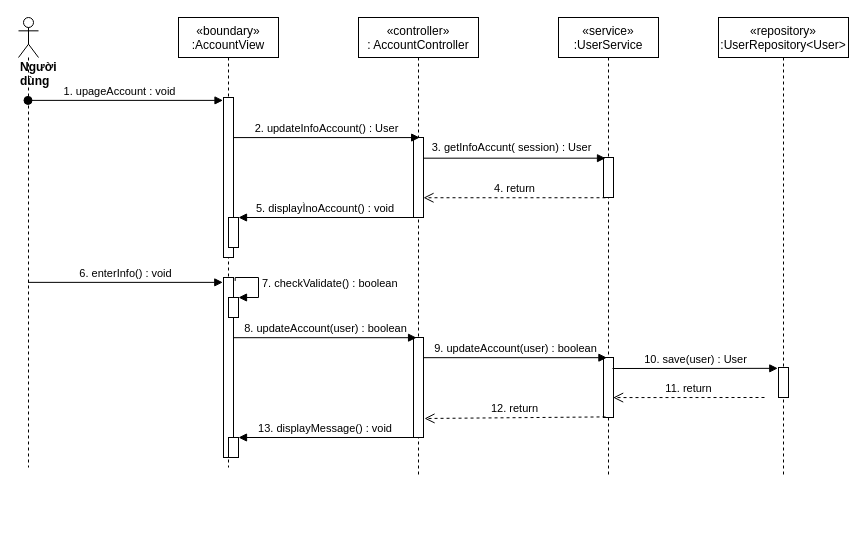
Above: sequence diagram/updateInfoAccount.drawio in nguyenphamvan/datn_20202 (draw.io), before the change. Source tidied: cells renumbered, new cells numbered last; positions are measured from the earlier drawing's top-left corner, leaving out a move shared by most shapes. Both pictures are drawn from the tidied source at 100%, with x=0, y=0 at pixel (18, 17).
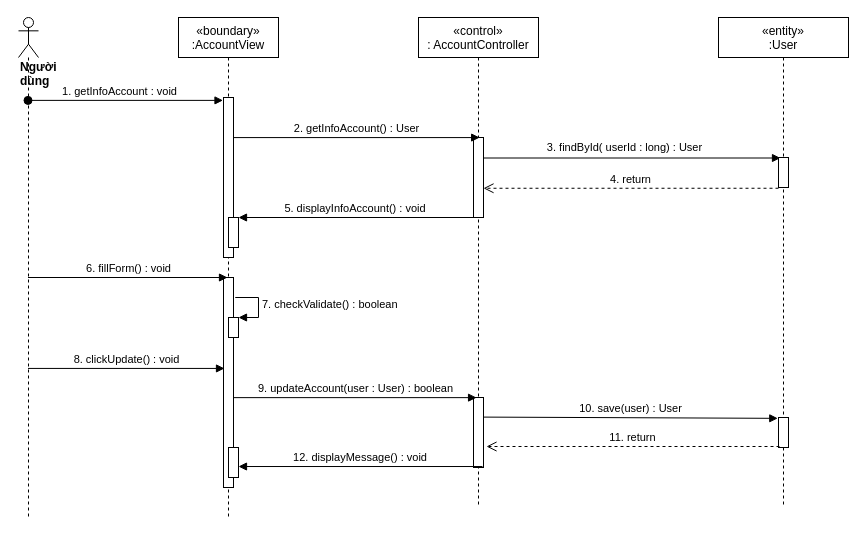
The same page after the edit.

The change refers to these unchanged cells:
```xml
<mxCell id="3" style="points=[];perimeter=orthogonalPerimeter;rounded=0;shadow=0;strokeWidth=1;" parent="2" vertex="1">
  <mxGeometry x="45" y="80" width="10" height="160" as="geometry" />
</mxCell>
<mxCell id="6" style="points=[];perimeter=orthogonalPerimeter;rounded=0;shadow=0;strokeWidth=1;" parent="5" vertex="1">
  <mxGeometry x="55" y="120" width="10" height="80" as="geometry" />
</mxCell>
<mxCell id="18" style="html=1;points=[];perimeter=orthogonalPerimeter;" parent="1" vertex="1">
  <mxGeometry x="210" y="200" width="10" height="30" as="geometry" />
</mxCell>
```

The edit, as a diff of the source:
```diff
@@
     <mxCell id="2" value="«boundary»&#10;:AccountView" style="shape=umlLifeline;perimeter=lifelinePerimeter;rounded=0;shadow=0;strokeWidth=1;" parent="1" vertex="1">
-      <mxGeometry x="160" width="100" height="450" as="geometry" />
+      <mxGeometry x="160" width="100" height="500" as="geometry" />
     </mxCell>
@@
     <mxCell id="4" style="html=1;points=[];perimeter=orthogonalPerimeter;" parent="2" vertex="1">
-      <mxGeometry x="45" y="260" width="10" height="180" as="geometry" />
+      <mxGeometry x="45" y="260" width="10" height="210" as="geometry" />
     </mxCell>
-    <mxCell id="5" value="«controller»&#10;: AccountController" style="shape=umlLifeline;perimeter=lifelinePerimeter;rounded=0;shadow=0;strokeWidth=1;" parent="1" vertex="1">
-      <mxGeometry x="340" width="120" height="460" as="geometry" />
+    <mxCell id="5" value="«control»&#10;: AccountController" style="shape=umlLifeline;perimeter=lifelinePerimeter;rounded=0;shadow=0;strokeWidth=1;" parent="1" vertex="1">
+      <mxGeometry x="400" width="120" height="490" as="geometry" />
     </mxCell>
@@
     <mxCell id="7" style="html=1;points=[];perimeter=orthogonalPerimeter;" parent="5" vertex="1">
-      <mxGeometry x="55" y="320" width="10" height="100" as="geometry" />
+      <mxGeometry x="55" y="380" width="10" height="70" as="geometry" />
     </mxCell>
     <mxCell id="8" value="&lt;div&gt;&lt;b&gt;Người dùng&lt;/b&gt;&lt;/div&gt;" style="shape=umlLifeline;participant=umlActor;perimeter=lifelinePerimeter;whiteSpace=wrap;html=1;verticalAlign=top;spacingTop=36;outlineConnect=0;align=left;" parent="1" vertex="1">
-      <mxGeometry width="20" height="450" as="geometry" />
+      <mxGeometry width="20" height="500" as="geometry" />
     </mxCell>
-    <mxCell id="9" value="1. upageAccount : void" style="verticalAlign=bottom;startArrow=oval;endArrow=block;startSize=8;shadow=0;strokeWidth=1;entryX=-0.05;entryY=0.018;entryDx=0;entryDy=0;entryPerimeter=0;" parent="1" edge="1" source="8" target="3">
+    <mxCell id="9" value="1. getInfoAccount : void" style="verticalAlign=bottom;startArrow=oval;endArrow=block;startSize=8;shadow=0;strokeWidth=1;entryX=-0.05;entryY=0.018;entryDx=0;entryDy=0;entryPerimeter=0;" parent="1" edge="1" source="8" target="3">
       <mxGeometry x="-0.06" relative="1" as="geometry" />
     </mxCell>
-    <mxCell id="10" value="«service»&#10;:UserService" style="shape=umlLifeline;perimeter=lifelinePerimeter;rounded=0;shadow=0;strokeWidth=1;" parent="1" vertex="1">
-      <mxGeometry x="540" width="100" height="460" as="geometry" />
-    </mxCell>
-    <mxCell id="11" style="points=[];perimeter=orthogonalPerimeter;rounded=0;shadow=0;strokeWidth=1;" parent="10" vertex="1">
-      <mxGeometry x="45" y="140" width="10" height="40" as="geometry" />
-    </mxCell>
-    <mxCell id="12" style="html=1;points=[];perimeter=orthogonalPerimeter;" parent="10" vertex="1">
-      <mxGeometry x="45" y="340" width="10" height="60" as="geometry" />
-    </mxCell>
-    <mxCell id="13" value="2. updateInfoAccount() : User" style="html=1;verticalAlign=bottom;endArrow=block;entryX=0.617;entryY=0.001;entryDx=0;entryDy=0;entryPerimeter=0;" parent="1" edge="1" source="3" target="6">
+    <mxCell id="13" value="2. getInfoAccount() : User" style="html=1;verticalAlign=bottom;endArrow=block;entryX=0.617;entryY=0.001;entryDx=0;entryDy=0;entryPerimeter=0;" parent="1" edge="1" source="3" target="6">
       <mxGeometry relative="1" as="geometry" />
     </mxCell>
-    <mxCell id="14" style="html=1;verticalAlign=bottom;endArrow=block;entryX=0.2;entryY=0.017;entryDx=0;entryDy=0;entryPerimeter=0;" parent="1" edge="1" source="6" target="11">
+    <mxCell id="14" style="html=1;verticalAlign=bottom;endArrow=block;entryX=0.2;entryY=0.017;entryDx=0;entryDy=0;entryPerimeter=0;" parent="1" edge="1" source="6" target="31">
       <mxGeometry relative="1" as="geometry" />
     </mxCell>
-    <mxCell id="15" value="3. getInfoAccunt( session) : User" style="edgeLabel;html=1;align=center;verticalAlign=middle;" parent="14" vertex="1">
+    <mxCell id="15" value="3. findById( userId : long) : User" style="edgeLabel;html=1;align=center;verticalAlign=middle;" parent="14" vertex="1">
       <mxGeometry x="-0.08" y="4" relative="1" as="geometry">
         <mxPoint x="3" y="-7" as="offset" />
       </mxGeometry>
     </mxCell>
-    <mxCell id="16" value="4. return" style="html=1;verticalAlign=bottom;endArrow=open;dashed=1;endSize=8;exitX=0.2;exitY=1.006;exitDx=0;exitDy=0;exitPerimeter=0;" parent="1" edge="1" source="11" target="6">
+    <mxCell id="16" value="4. return" style="html=1;verticalAlign=bottom;endArrow=open;dashed=1;endSize=8;exitX=0;exitY=1.025;exitDx=0;exitDy=0;exitPerimeter=0;" parent="1" edge="1" source="31" target="6">
       <mxGeometry relative="1" as="geometry" />
     </mxCell>
-    <mxCell id="17" value="5. displayÌnoAccount() : void" style="verticalAlign=bottom;endArrow=block;shadow=0;strokeWidth=1;" parent="1" edge="1" source="6" target="18">
+    <mxCell id="17" value="5. displayInfoAccount() : void" style="verticalAlign=bottom;endArrow=block;shadow=0;strokeWidth=1;" parent="1" edge="1" source="6" target="18">
       <mxGeometry relative="1" as="geometry" />
     </mxCell>
@@
-    <mxCell id="19" value="«repository»&#10;:UserRepository&lt;User&gt;" style="shape=umlLifeline;perimeter=lifelinePerimeter;rounded=0;shadow=0;strokeWidth=1;" parent="1" vertex="1">
-      <mxGeometry x="700" width="130" height="460" as="geometry" />
+    <mxCell id="19" value="«entity»&#10;:User" style="shape=umlLifeline;perimeter=lifelinePerimeter;rounded=0;shadow=0;strokeWidth=1;" parent="1" vertex="1">
+      <mxGeometry x="700" width="130" height="490" as="geometry" />
     </mxCell>
     <mxCell id="20" style="points=[];perimeter=orthogonalPerimeter;rounded=0;shadow=0;strokeWidth=1;" parent="19" vertex="1">
-      <mxGeometry x="60" y="350" width="10" height="30" as="geometry" />
+      <mxGeometry x="60" y="400" width="10" height="30" as="geometry" />
     </mxCell>
-    <mxCell id="21" value="6. enterInfo() : void" style="html=1;verticalAlign=bottom;endArrow=block;entryX=-0.072;entryY=0.027;entryDx=0;entryDy=0;entryPerimeter=0;" parent="1" edge="1" source="8" target="4">
+    <mxCell id="21" value="6. fillForm() : void" style="html=1;verticalAlign=bottom;endArrow=block;entryX=0.4;entryY=0;entryDx=0;entryDy=0;entryPerimeter=0;" parent="1" edge="1" source="8" target="4">
       <mxGeometry relative="1" as="geometry" />
     </mxCell>
     <mxCell id="22" style="html=1;points=[];perimeter=orthogonalPerimeter;" parent="1" vertex="1">
-      <mxGeometry x="210" y="280" width="10" height="20" as="geometry" />
+      <mxGeometry x="210" y="300" width="10" height="20" as="geometry" />
     </mxCell>
-    <mxCell id="23" value="7. checkValidate() : boolean" style="edgeStyle=orthogonalEdgeStyle;html=1;align=left;spacingLeft=2;endArrow=block;rounded=0;entryX=1;entryY=0;exitX=1.169;exitY=0.019;exitDx=0;exitDy=0;exitPerimeter=0;" parent="1" edge="1" source="4" target="22">
+    <mxCell id="23" value="7. checkValidate() : boolean" style="edgeStyle=orthogonalEdgeStyle;html=1;align=left;spacingLeft=2;endArrow=block;rounded=0;entryX=1;entryY=0;" parent="1" edge="1" target="22">
       <mxGeometry relative="1" as="geometry">
+        <mxPoint x="220" y="280" as="sourcePoint" />
         <Array as="points">
-          <mxPoint x="217" y="260" />
-          <mxPoint x="240" y="260" />
+          <mxPoint x="217" y="280" />
           <mxPoint x="240" y="280" />
+          <mxPoint x="240" y="300" />
         </Array>
       </mxGeometry>
     </mxCell>
-    <mxCell id="24" value="8. updateAccount(user) : boolean" style="html=1;verticalAlign=bottom;endArrow=block;entryX=0.307;entryY=0.002;entryDx=0;entryDy=0;entryPerimeter=0;" parent="1" edge="1" source="4" target="7">
+    <mxCell id="24" value="9. updateAccount(user : User) : boolean" style="html=1;verticalAlign=bottom;endArrow=block;entryX=0.307;entryY=0.002;entryDx=0;entryDy=0;entryPerimeter=0;" parent="1" edge="1" source="4" target="7">
       <mxGeometry relative="1" as="geometry" />
     </mxCell>
-    <mxCell id="25" value="9. updateAccount(user) : boolean" style="html=1;verticalAlign=bottom;endArrow=block;entryX=0.341;entryY=0.003;entryDx=0;entryDy=0;entryPerimeter=0;" parent="1" edge="1" source="7" target="12">
-      <mxGeometry relative="1" as="geometry" />
-    </mxCell>
-    <mxCell id="26" value="10. save(user) : User" style="html=1;verticalAlign=bottom;endArrow=block;entryX=-0.072;entryY=0.028;entryDx=0;entryDy=0;entryPerimeter=0;" parent="1" edge="1" target="20">
-      <mxGeometry relative="1" as="geometry">
-        <mxPoint x="594" y="351" as="sourcePoint" />
-      </mxGeometry>
+    <mxCell id="26" value="10. save(user) : User" style="html=1;verticalAlign=bottom;endArrow=block;entryX=-0.072;entryY=0.028;entryDx=0;entryDy=0;entryPerimeter=0;exitX=1;exitY=0.28;exitDx=0;exitDy=0;exitPerimeter=0;" parent="1" edge="1" source="7" target="20">
+      <mxGeometry relative="1" as="geometry" />
     </mxCell>
-    <mxCell id="27" value="11. return" style="html=1;verticalAlign=bottom;endArrow=open;dashed=1;endSize=8;entryX=0.962;entryY=0.668;entryDx=0;entryDy=0;entryPerimeter=0;" parent="1" edge="1" target="12">
-      <mxGeometry relative="1" as="geometry">
-        <mxPoint x="746" y="380" as="sourcePoint" />
-      </mxGeometry>
+    <mxCell id="27" value="11. return" style="html=1;verticalAlign=bottom;endArrow=open;dashed=1;endSize=8;exitX=0.1;exitY=0.967;exitDx=0;exitDy=0;exitPerimeter=0;entryX=1.3;entryY=0.7;entryDx=0;entryDy=0;entryPerimeter=0;" parent="1" edge="1" source="20" target="7">
+      <mxGeometry relative="1" as="geometry" />
     </mxCell>
-    <mxCell id="28" value="12. return" style="html=1;verticalAlign=bottom;endArrow=open;dashed=1;endSize=8;exitX=0.203;exitY=0.99;exitDx=0;exitDy=0;exitPerimeter=0;" parent="1" edge="1" source="12">
-      <mxGeometry relative="1" as="geometry">
-        <mxPoint x="406" y="401" as="targetPoint" />
-      </mxGeometry>
-    </mxCell>
-    <mxCell id="29" value="13. displayMessage() : void" style="verticalAlign=bottom;endArrow=block;shadow=0;strokeWidth=1;" parent="1" edge="1" source="7" target="30">
+    <mxCell id="29" value="12. displayMessage() : void" style="verticalAlign=bottom;endArrow=block;shadow=0;strokeWidth=1;exitX=0.9;exitY=0.986;exitDx=0;exitDy=0;exitPerimeter=0;" parent="1" edge="1" source="7" target="30">
       <mxGeometry relative="1" as="geometry" />
     </mxCell>
     <mxCell id="30" style="html=1;points=[];perimeter=orthogonalPerimeter;" parent="1" vertex="1">
-      <mxGeometry x="210" y="420" width="10" height="20" as="geometry" />
+      <mxGeometry x="210" y="430" width="10" height="30" as="geometry" />
     </mxCell>
+    <mxCell id="31" style="html=1;points=[];perimeter=orthogonalPerimeter;" parent="1" vertex="1">
+      <mxGeometry x="760" y="140" width="10" height="30" as="geometry" />
+    </mxCell>
+    <mxCell id="32" value="8. clickUpdate() : void" style="html=1;verticalAlign=bottom;endArrow=block;entryX=0.1;entryY=0.433;entryDx=0;entryDy=0;entryPerimeter=0;" parent="1" edge="1" source="8" target="4">
+      <mxGeometry relative="1" as="geometry" />
+    </mxCell>
```
